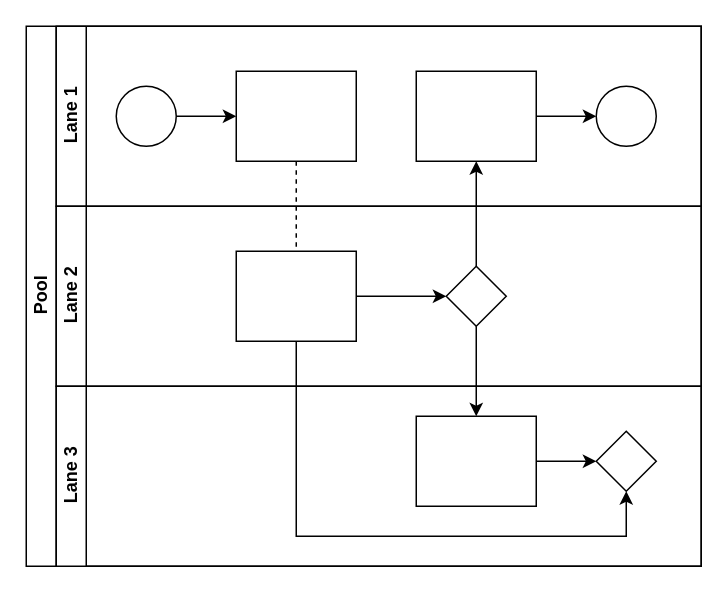
The draw.io diagram Untitled Diagram.drawio in PramAhmad/si_system, before the edit. Source tidied: cells renumbered, new cells numbered last; positions are measured from the earlier drawing's top-left corner, leaving out a move shared by most shapes. Both pictures are drawn from the tidied source at 150%, with x=0, y=0 at pixel (26, 26).
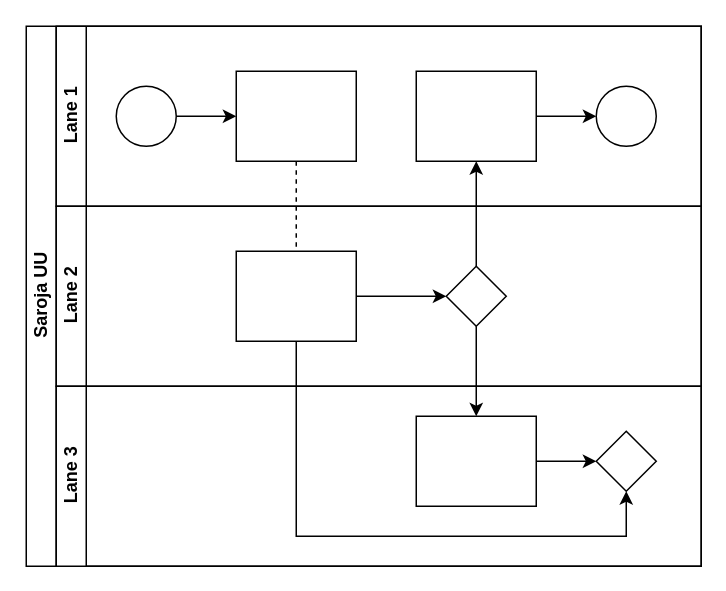
The same diagram, later.

Change to the diagram source:
```diff
@@
-    <mxCell id="2" value="Pool" style="swimlane;html=1;horizontal=0;startSize=20;" parent="1" vertex="1">
+    <mxCell id="2" value="Saroja UU" style="swimlane;html=1;horizontal=0;startSize=20;" parent="1" vertex="1">
       <mxGeometry width="450" height="360" as="geometry" />
     </mxCell>
```
